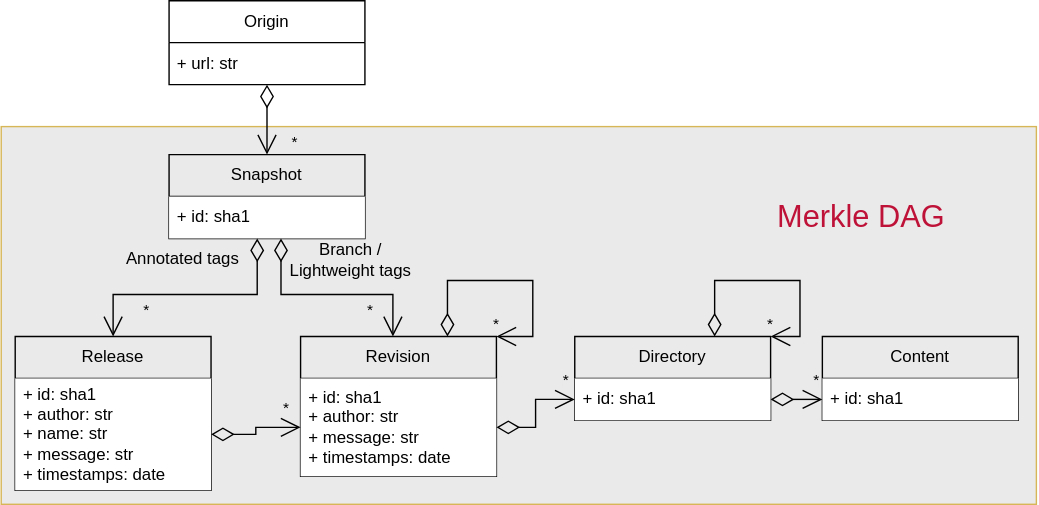
Earlier version of the draw.io export chapters/chapter02/fig02/SWH_arch.drawio.svg (srapaport/Thesis-Software-Repositories-Mutability). Source tidied: cells renumbered, new cells last; positions are measured from the earlier drawing's top-left corner, leaving out a move shared by most shapes. Source of this version:
```xml
<mxGraphModel>
  <root>
    <mxCell id="0" />
    <mxCell id="1" parent="0" />
    <mxCell id="2" style="rounded=0;whiteSpace=wrap;html=1;fillColor=#eaeaea;strokeColor=#d6b656;" parent="1" vertex="1">
      <mxGeometry y="90" width="740" height="270" as="geometry" />
    </mxCell>
    <mxCell id="3" value="Origin" style="swimlane;fontStyle=0;horizontal=1;startSize=30;whiteSpace=wrap;html=1;" parent="1" vertex="1">
      <mxGeometry x="120" width="140" height="60" as="geometry" />
    </mxCell>
    <mxCell id="4" value="+ url: str" style="text;strokeColor=none;fillColor=none;align=left;verticalAlign=middle;spacingLeft=4;spacingRight=4;overflow=hidden;points=[[0,0.5],[1,0.5]];portConstraint=eastwest;whiteSpace=wrap;html=1;" parent="3" vertex="1">
      <mxGeometry y="30" width="140" height="30" as="geometry" />
    </mxCell>
    <mxCell id="5" value="Snapshot" style="swimlane;fontStyle=0;horizontal=1;startSize=30;whiteSpace=wrap;html=1;fillColor=none;" parent="1" vertex="1">
      <mxGeometry x="120" y="110" width="140" height="60" as="geometry" />
    </mxCell>
    <mxCell id="6" value="+ id: sha1" style="text;align=left;verticalAlign=middle;spacingLeft=4;spacingRight=4;overflow=hidden;whiteSpace=wrap;html=1;fillColor=default;" parent="5" vertex="1">
      <mxGeometry y="30" width="140" height="30" as="geometry" />
    </mxCell>
    <mxCell id="7" value="Release" style="swimlane;fontStyle=0;horizontal=1;startSize=30;whiteSpace=wrap;html=1;fillColor=none;" parent="1" vertex="1">
      <mxGeometry x="10" y="240" width="140" height="110" as="geometry" />
    </mxCell>
    <mxCell id="8" value="+ id: sha1&lt;div&gt;+ author: str&lt;/div&gt;&lt;div&gt;+ name: str&lt;/div&gt;&lt;div&gt;+ message: str&lt;/div&gt;&lt;div&gt;+ timestamps: date&lt;/div&gt;" style="text;strokeColor=none;fillColor=default;align=left;verticalAlign=middle;spacingLeft=4;spacingRight=4;overflow=hidden;points=[[0,0.5],[1,0.5]];portConstraint=eastwest;whiteSpace=wrap;html=1;" parent="7" vertex="1">
      <mxGeometry y="30" width="140" height="80" as="geometry" />
    </mxCell>
    <mxCell id="9" value="Revision" style="swimlane;fontStyle=0;horizontal=1;startSize=30;whiteSpace=wrap;html=1;fillColor=none;" parent="1" vertex="1">
      <mxGeometry x="214" y="240" width="140" height="100" as="geometry" />
    </mxCell>
    <mxCell id="10" value="+ id: sha1&lt;div&gt;+ author: str&lt;/div&gt;&lt;div&gt;+ message: str&lt;/div&gt;&lt;div&gt;+ timestamps: date&lt;/div&gt;" style="text;strokeColor=none;fillColor=default;align=left;verticalAlign=middle;spacingLeft=4;spacingRight=4;overflow=hidden;points=[[0,0.5],[1,0.5]];portConstraint=eastwest;whiteSpace=wrap;html=1;" parent="9" vertex="1">
      <mxGeometry y="30" width="140" height="70" as="geometry" />
    </mxCell>
    <mxCell id="11" value="Directory" style="swimlane;fontStyle=0;horizontal=1;startSize=30;whiteSpace=wrap;html=1;fillColor=none;" parent="1" vertex="1">
      <mxGeometry x="410" y="240" width="140" height="60" as="geometry" />
    </mxCell>
    <mxCell id="12" value="+ id: sha1" style="text;strokeColor=none;fillColor=default;align=left;verticalAlign=middle;spacingLeft=4;spacingRight=4;overflow=hidden;points=[[0,0.5],[1,0.5]];portConstraint=eastwest;whiteSpace=wrap;html=1;" parent="11" vertex="1">
      <mxGeometry y="30" width="140" height="30" as="geometry" />
    </mxCell>
    <mxCell id="13" value="*" style="endArrow=open;html=1;endSize=12;startArrow=diamondThin;startSize=14;startFill=0;edgeStyle=orthogonalEdgeStyle;align=left;verticalAlign=bottom;rounded=0;exitX=0.5;exitY=1;exitDx=0;exitDy=0;exitPerimeter=0;entryX=0.5;entryY=0;entryDx=0;entryDy=0;labelBackgroundColor=light-dark(#eaeaea, #ededed);" parent="1" edge="1" source="4" target="5">
      <mxGeometry x="1" y="16" relative="1" as="geometry" />
    </mxCell>
    <mxCell id="14" value="Content" style="swimlane;fontStyle=0;horizontal=1;startSize=30;whiteSpace=wrap;html=1;fillColor=none;" parent="1" vertex="1">
      <mxGeometry x="587" y="240" width="140" height="60" as="geometry" />
    </mxCell>
    <mxCell id="15" value="+ id: sha1" style="text;strokeColor=none;fillColor=default;align=left;verticalAlign=middle;spacingLeft=4;spacingRight=4;overflow=hidden;points=[[0,0.5],[1,0.5]];portConstraint=eastwest;whiteSpace=wrap;html=1;" parent="14" vertex="1">
      <mxGeometry y="30" width="140" height="30" as="geometry" />
    </mxCell>
    <mxCell id="16" value="*" style="endArrow=open;html=1;endSize=12;startArrow=diamondThin;startSize=14;startFill=0;edgeStyle=orthogonalEdgeStyle;align=left;verticalAlign=bottom;rounded=0;entryX=0.5;entryY=0;entryDx=0;entryDy=0;labelBackgroundColor=light-dark(#eaeaea, #ededed);" parent="1" edge="1" target="7">
      <mxGeometry x="0.88" y="20" relative="1" as="geometry">
        <mxPoint x="183" y="170" as="sourcePoint" />
        <Array as="points">
          <mxPoint x="183" y="210" />
          <mxPoint x="80" y="210" />
        </Array>
      </mxGeometry>
    </mxCell>
    <mxCell id="17" value="*" style="endArrow=open;html=1;endSize=12;startArrow=diamondThin;startSize=14;startFill=0;edgeStyle=orthogonalEdgeStyle;align=left;verticalAlign=bottom;rounded=0;labelBackgroundColor=light-dark(#eaeaea, #ededed);" parent="1" edge="1">
      <mxGeometry x="0.33" y="-20" relative="1" as="geometry">
        <mxPoint x="200" y="170" as="sourcePoint" />
        <mxPoint x="280" y="240" as="targetPoint" />
        <Array as="points">
          <mxPoint x="200" y="210" />
          <mxPoint x="280" y="210" />
          <mxPoint x="280" y="240" />
        </Array>
      </mxGeometry>
    </mxCell>
    <mxCell id="18" value="*" style="endArrow=open;html=1;endSize=12;startArrow=diamondThin;startSize=14;startFill=0;edgeStyle=orthogonalEdgeStyle;align=left;verticalAlign=bottom;rounded=0;exitX=1;exitY=0.5;exitDx=0;exitDy=0;entryX=0;entryY=0.5;entryDx=0;entryDy=0;labelBackgroundColor=light-dark(#eaeaea, #ededed);" parent="1" edge="1" source="8" target="10">
      <mxGeometry x="0.59" y="5" relative="1" as="geometry" />
    </mxCell>
    <mxCell id="19" value="*" style="endArrow=open;html=1;endSize=12;startArrow=diamondThin;startSize=14;startFill=0;edgeStyle=orthogonalEdgeStyle;align=left;verticalAlign=bottom;rounded=0;exitX=1;exitY=0.5;exitDx=0;exitDy=0;entryX=0;entryY=0.5;entryDx=0;entryDy=0;labelBackgroundColor=light-dark(#eaeaea, #ededed);" parent="1" edge="1" source="10" target="12">
      <mxGeometry x="0.74" y="5" relative="1" as="geometry" />
    </mxCell>
    <mxCell id="20" value="*" style="endArrow=open;html=1;endSize=12;startArrow=diamondThin;startSize=14;startFill=0;edgeStyle=orthogonalEdgeStyle;align=left;verticalAlign=bottom;rounded=0;exitX=1;exitY=0.5;exitDx=0;exitDy=0;entryX=0;entryY=0.5;entryDx=0;entryDy=0;labelBackgroundColor=light-dark(#eaeaea, #ededed);" parent="1" edge="1" source="12" target="15">
      <mxGeometry x="0.56" y="5" relative="1" as="geometry" />
    </mxCell>
    <mxCell id="21" value="Merkle DAG" style="text;html=1;align=center;verticalAlign=middle;whiteSpace=wrap;rounded=0;fontSize=22;fontColor=#bf1238;" parent="1" vertex="1">
      <mxGeometry x="540" y="140" width="150" height="30" as="geometry" />
    </mxCell>
    <mxCell id="22" value="*" style="endArrow=open;html=1;endSize=12;startArrow=diamondThin;startSize=14;startFill=0;edgeStyle=orthogonalEdgeStyle;align=left;verticalAlign=bottom;rounded=0;exitX=0.75;exitY=0;exitDx=0;exitDy=0;entryX=1;entryY=0;entryDx=0;entryDy=0;labelBackgroundColor=light-dark(#eaeaea, #ededed);" parent="1" edge="1" source="9" target="9">
      <mxGeometry x="1" y="4" relative="1" as="geometry">
        <Array as="points">
          <mxPoint x="319" y="200" />
          <mxPoint x="380" y="200" />
          <mxPoint x="380" y="240" />
        </Array>
        <mxPoint x="-4" y="-4" as="offset" />
      </mxGeometry>
    </mxCell>
    <mxCell id="23" value="*" style="endArrow=open;html=1;endSize=12;startArrow=diamondThin;startSize=14;startFill=0;edgeStyle=orthogonalEdgeStyle;align=left;verticalAlign=bottom;rounded=0;exitX=0.75;exitY=0;exitDx=0;exitDy=0;labelBackgroundColor=light-dark(#eaeaea, #ededed);" parent="1" edge="1">
      <mxGeometry x="1" y="4" relative="1" as="geometry">
        <mxPoint x="510" y="240" as="sourcePoint" />
        <mxPoint x="550" y="240" as="targetPoint" />
        <Array as="points">
          <mxPoint x="510" y="200" />
          <mxPoint x="571" y="200" />
          <mxPoint x="571" y="240" />
        </Array>
        <mxPoint x="-4" y="-4" as="offset" />
      </mxGeometry>
    </mxCell>
    <mxCell id="24" value="Branch /&lt;div&gt;Lightweight tags&lt;/div&gt;" style="text;html=1;whiteSpace=wrap;strokeColor=none;fillColor=none;align=center;verticalAlign=middle;rounded=0;" parent="1" vertex="1">
      <mxGeometry x="190" y="170" width="120" height="30" as="geometry" />
    </mxCell>
    <mxCell id="25" value="Annotated tags" style="text;html=1;whiteSpace=wrap;strokeColor=none;fillColor=none;align=center;verticalAlign=middle;rounded=0;" parent="1" vertex="1">
      <mxGeometry x="70" y="170" width="120" height="30" as="geometry" />
    </mxCell>
  </root>
</mxGraphModel>
```
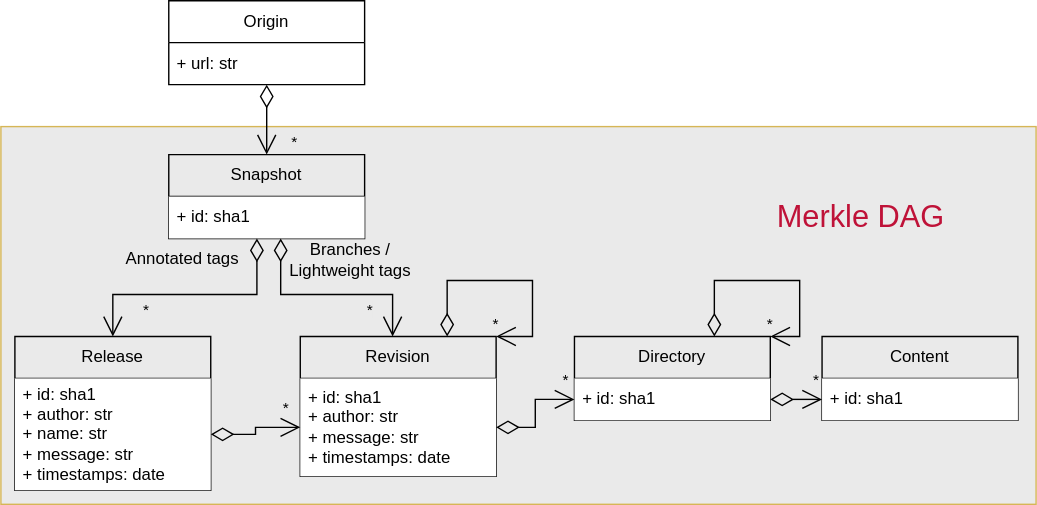
The same diagram one commit later.

Change to the diagram source:
```diff
@@ -98,7 +98,7 @@
         <mxPoint x="-4" y="-4" as="offset" />
       </mxGeometry>
     </mxCell>
-    <mxCell id="24" value="Branch /&lt;div&gt;Lightweight tags&lt;/div&gt;" style="text;html=1;whiteSpace=wrap;strokeColor=none;fillColor=none;align=center;verticalAlign=middle;rounded=0;" parent="1" vertex="1">
+    <mxCell id="24" value="Branches /&lt;div&gt;Lightweight tags&lt;/div&gt;" style="text;html=1;whiteSpace=wrap;strokeColor=none;fillColor=none;align=center;verticalAlign=middle;rounded=0;" parent="1" vertex="1">
       <mxGeometry x="190" y="170" width="120" height="30" as="geometry" />
     </mxCell>
     <mxCell id="25" value="Annotated tags" style="text;html=1;whiteSpace=wrap;strokeColor=none;fillColor=none;align=center;verticalAlign=middle;rounded=0;" parent="1" vertex="1">
```
